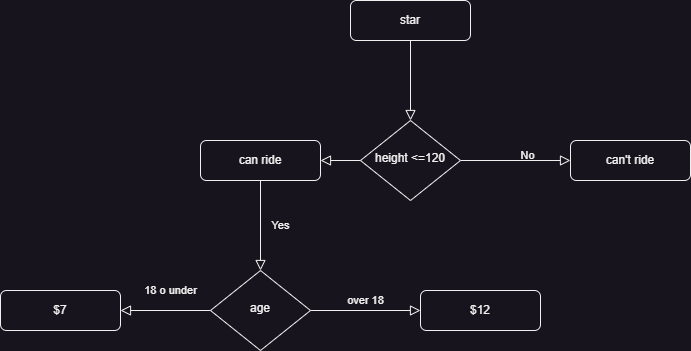
This is Programacion estructurada/Python/Beginner - Control Flow and Logical Operators/Nested if statements and elif statement/rollacoaster.drawio.png from Warren-Villavicencio/Fundamentos-de-Programaci-n, a draw.io export, as it was before one commit. Source tidied: cells renumbered, new cells last; positions are measured from the earlier drawing's top-left corner, leaving out a move shared by most shapes.
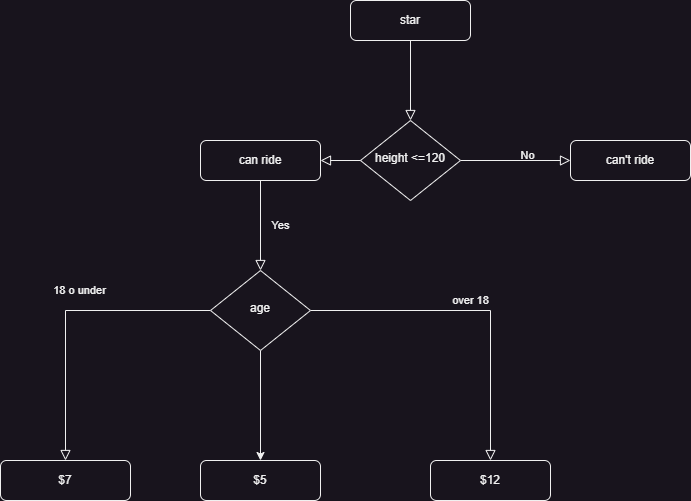
The same file after the commit.

The edit, as a diff of the source:
```diff
@@ -24,16 +24,19 @@
       <mxGeometry x="-0.11" y="-20" relative="1" as="geometry" />
     </mxCell>
     <mxCell id="9" value="over 18" style="edgeStyle=orthogonalEdgeStyle;rounded=0;html=1;jettySize=auto;fontSize=11;endArrow=block;endFill=0;endSize=8;strokeWidth=1;shadow=0;labelBackgroundColor=none;" parent="1" edge="1" source="10" target="12">
-      <mxGeometry y="10" relative="1" as="geometry" />
+      <mxGeometry x="-0.03" y="10" relative="1" as="geometry" />
     </mxCell>
+    <mxCell id="15" style="edgeStyle=orthogonalEdgeStyle;rounded=0;jettySize=auto;html=1;exitX=0.5;exitY=1;exitDx=0;exitDy=0;entryX=0.5;entryY=0;entryDx=0;entryDy=0;" parent="1" edge="1" source="10" target="16">
+      <mxGeometry relative="1" as="geometry" />
+    </mxCell>
     <mxCell id="10" value="age" style="rhombus;whiteSpace=wrap;html=1;shadow=0;fontFamily=Helvetica;fontSize=12;align=center;strokeWidth=1;spacing=6;spacingTop=-4;" parent="1" vertex="1">
       <mxGeometry x="210" y="270" width="100" height="80" as="geometry" />
     </mxCell>
     <mxCell id="11" value="$7" style="rounded=1;whiteSpace=wrap;html=1;fontSize=12;glass=0;strokeWidth=1;shadow=0;" parent="1" vertex="1">
-      <mxGeometry y="290" width="120" height="40" as="geometry" />
+      <mxGeometry y="460" width="130" height="40" as="geometry" />
     </mxCell>
     <mxCell id="12" value="$12" style="rounded=1;whiteSpace=wrap;html=1;fontSize=12;glass=0;strokeWidth=1;shadow=0;" parent="1" vertex="1">
-      <mxGeometry x="420" y="290" width="120" height="40" as="geometry" />
+      <mxGeometry x="430" y="460" width="120" height="40" as="geometry" />
     </mxCell>
     <mxCell id="13" style="rounded=0;html=1;jettySize=auto;fontSize=11;endArrow=block;endFill=0;endSize=8;strokeWidth=1;shadow=0;labelBackgroundColor=none;edgeStyle=orthogonalEdgeStyle;" parent="1" edge="1" source="6" target="14">
       <mxGeometry y="20" relative="1" as="geometry" />
@@ -41,5 +44,8 @@
     <mxCell id="14" value="can ride" style="rounded=1;whiteSpace=wrap;html=1;fontSize=12;glass=0;strokeWidth=1;shadow=0;" parent="1" vertex="1">
       <mxGeometry x="200" y="140" width="120" height="40" as="geometry" />
     </mxCell>
+    <mxCell id="16" value="$5" style="rounded=1;whiteSpace=wrap;html=1;fontSize=12;glass=0;strokeWidth=1;shadow=0;arcSize=15;" parent="1" vertex="1">
+      <mxGeometry x="200" y="460" width="120" height="40" as="geometry" />
+    </mxCell>
   </root>
 </mxGraphModel>
```
